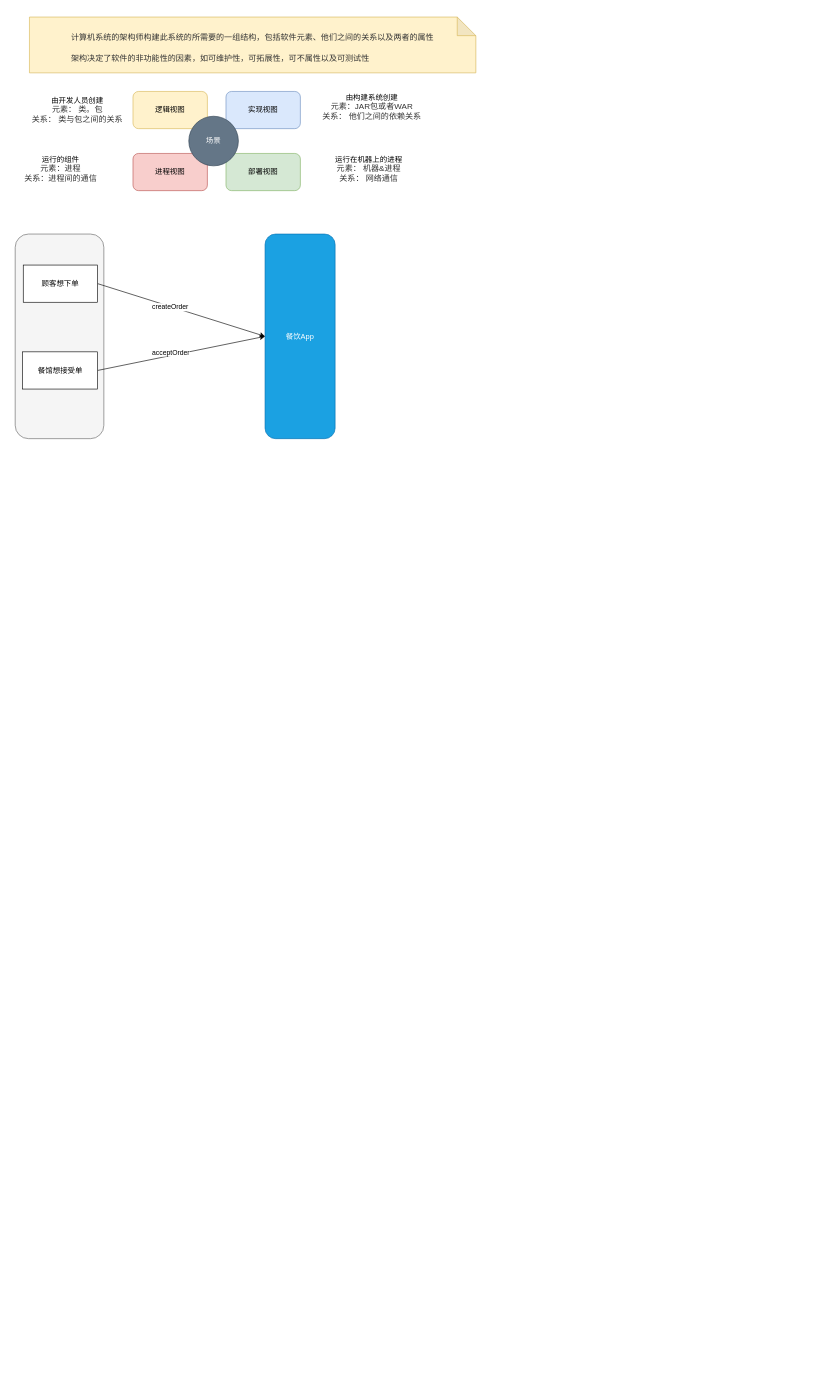
Before: drawio/微服务设计模式-拆分.drawio in taoes/document, a draw.io diagram. Source tidied: cells renumbered, new cells numbered last; positions are measured from the earlier drawing's top-left corner, leaving out a move shared by most shapes. Both pictures are drawn from the tidied source at 62%, with x=0, y=0 at pixel (11, 17).
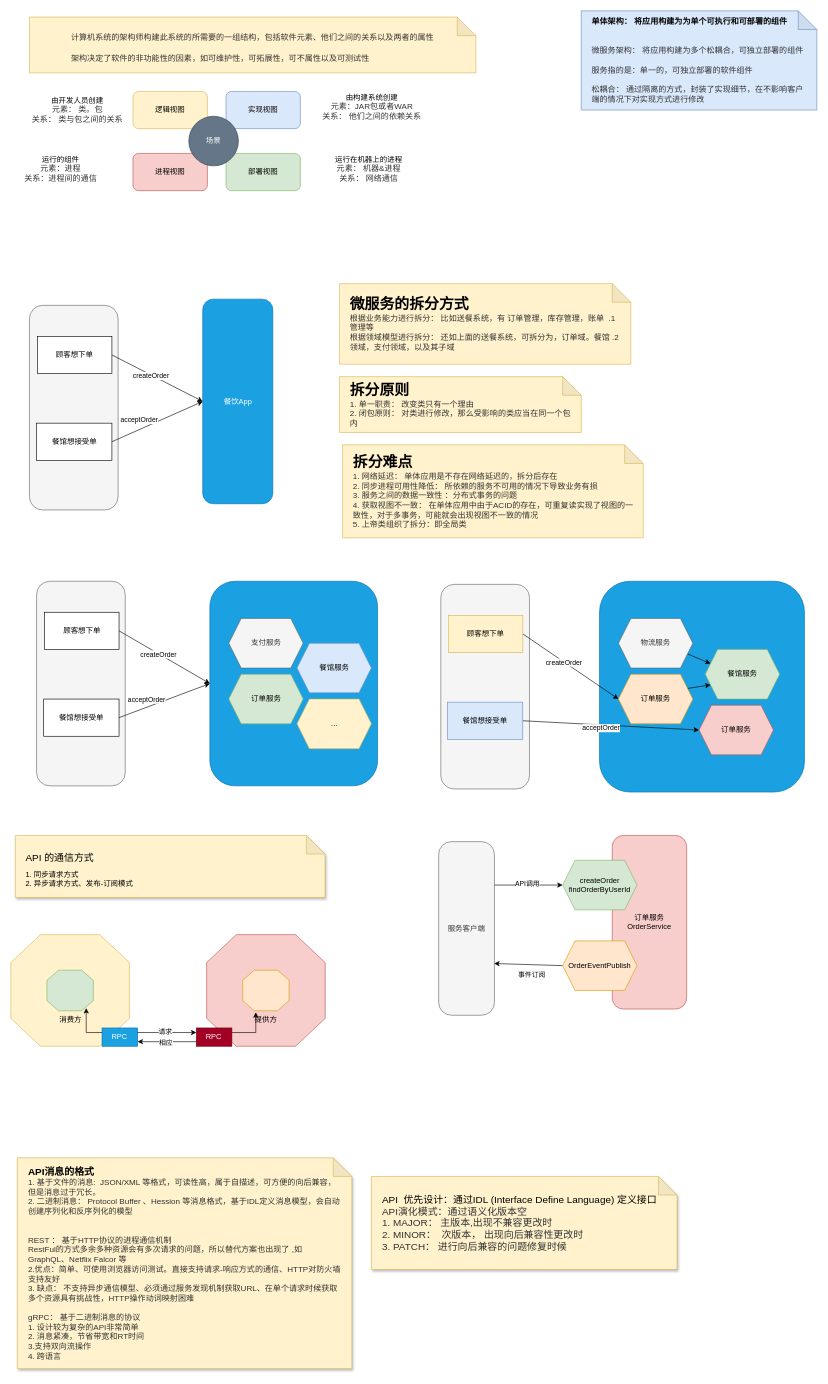
The same diagram, later.

Commit message (it also covers changes not shown here):
更新微服务设计模式-拆分.drawio

The edit, as a diff of the source:
```diff
@@
     <mxCell id="11" style="rounded=1;whiteSpace=wrap;html=1;fillColor=#f5f5f5;fontColor=#333333;strokeColor=#666666;" parent="1" vertex="1">
-      <mxGeometry x="7" y="350" width="143" height="330" as="geometry" />
+      <mxGeometry x="30" y="465" width="143" height="330" as="geometry" />
     </mxCell>
     <mxCell id="12" value="餐饮App" style="rounded=1;whiteSpace=wrap;html=1;fillColor=#1ba1e2;fontColor=#ffffff;strokeColor=#006EAF;" parent="1" vertex="1">
-      <mxGeometry x="410" y="350" width="113" height="330" as="geometry" />
+      <mxGeometry x="309.5" y="455" width="113" height="330" as="geometry" />
     </mxCell>
@@
     <mxCell id="15" value="顾客想下单" style="rounded=0;whiteSpace=wrap;html=1;" parent="1" vertex="1">
-      <mxGeometry x="20" y="400" width="120" height="60" as="geometry" />
+      <mxGeometry x="43" y="515" width="120" height="60" as="geometry" />
     </mxCell>
@@
     <mxCell id="18" value="餐馆想接受单" style="rounded=0;whiteSpace=wrap;html=1;" parent="1" vertex="1">
-      <mxGeometry x="18.5" y="540" width="121.5" height="60" as="geometry" />
+      <mxGeometry x="41.5" y="655" width="121.5" height="60" as="geometry" />
     </mxCell>
@@
+    <mxCell id="20" value="&lt;h1 style=&quot;border-color: var(--border-color);&quot;&gt;微服务的拆分方式&lt;div style=&quot;resize: none; outline: none; font-size: 13px; color: rgb(50, 50, 50); font-family: 微软雅黑; font-weight: 400;&quot;&gt;1.&amp;nbsp; 根据业务能力进行拆分： 比如送餐系统，有 订单管理，库存管理，账单管理等&lt;/div&gt;&lt;div style=&quot;resize: none; outline: none; font-size: 13px; color: rgb(50, 50, 50); font-family: 微软雅黑; font-weight: 400;&quot;&gt;2. 根据领域模型进行拆分： 还如上面的送餐系统，可拆分为，订单域。餐馆领域，支付领域，以及其子域&lt;/div&gt;&lt;/h1&gt;" style="shape=note;whiteSpace=wrap;html=1;backgroundOutline=1;darkOpacity=0.05;fillColor=#fff2cc;strokeColor=#d6b656;align=left;textDirection=rtl;spacing=17;" parent="1" vertex="1">
+      <mxGeometry x="530" y="430" width="470" height="130" as="geometry" />
+    </mxCell>
+    <mxCell id="21" value="&lt;h1 style=&quot;border-color: var(--border-color);&quot;&gt;拆分原则&lt;div style=&quot;resize: none; outline: none; font-size: 13px; color: rgb(50, 50, 50); font-family: 微软雅黑; font-weight: 400;&quot;&gt;1. 单一职责： 改变类只有一个理由&lt;/div&gt;&lt;div style=&quot;resize: none; outline: none; font-size: 13px; color: rgb(50, 50, 50); font-family: 微软雅黑; font-weight: 400;&quot;&gt;2. 闭包原则： 对类进行修改，那么受影响的类应当在同一个包内&lt;/div&gt;&lt;/h1&gt;" style="shape=note;whiteSpace=wrap;html=1;backgroundOutline=1;darkOpacity=0.05;fillColor=#fff2cc;strokeColor=#d6b656;align=left;spacing=17;" parent="1" vertex="1">
+      <mxGeometry x="530" y="580" width="390" height="90" as="geometry" />
+    </mxCell>
+    <mxCell id="22" value="&lt;h1 style=&quot;border-color: var(--border-color);&quot;&gt;拆分难点&lt;div style=&quot;resize: none; outline: none; font-size: 13px; color: rgb(50, 50, 50); font-family: 微软雅黑; font-weight: 400;&quot;&gt;1. 网络延迟： 单体应用是不存在网络延迟的，拆分后存在&lt;/div&gt;&lt;div style=&quot;resize: none; outline: none; font-size: 13px; color: rgb(50, 50, 50); font-family: 微软雅黑; font-weight: 400;&quot;&gt;2. 同步进程可用性降低： 所依赖的服务不可用的情况下导致业务有损&lt;/div&gt;&lt;div style=&quot;resize: none; outline: none; font-size: 13px; color: rgb(50, 50, 50); font-family: 微软雅黑; font-weight: 400;&quot;&gt;3. 服务之间的数据一致性 ：分布式事务的问题&lt;/div&gt;&lt;div style=&quot;resize: none; outline: none; font-size: 13px; color: rgb(50, 50, 50); font-family: 微软雅黑; font-weight: 400;&quot;&gt;4. 获取视图不一致： 在单体应用中由于ACID的存在，可重复读实现了视图的一致性，对于多事务，可能就会出现视图不一致的情况&lt;/div&gt;&lt;div style=&quot;resize: none; outline: none; font-size: 13px; color: rgb(50, 50, 50); font-family: 微软雅黑; font-weight: 400;&quot;&gt;5. 上帝类组织了拆分：即全局类&lt;/div&gt;&lt;/h1&gt;" style="shape=note;whiteSpace=wrap;html=1;backgroundOutline=1;darkOpacity=0.05;fillColor=#fff2cc;strokeColor=#d6b656;align=left;spacing=17;" parent="1" vertex="1">
+      <mxGeometry x="535" y="690" width="485" height="150" as="geometry" />
+    </mxCell>
+    <mxCell id="23" style="rounded=1;whiteSpace=wrap;html=1;fillColor=#f5f5f5;fontColor=#333333;strokeColor=#666666;" parent="1" vertex="1">
+      <mxGeometry x="41.5" y="910" width="143" height="330" as="geometry" />
+    </mxCell>
+    <mxCell id="24" style="rounded=1;whiteSpace=wrap;html=1;fillColor=#1ba1e2;fontColor=#ffffff;strokeColor=#006EAF;" parent="1" vertex="1">
+      <mxGeometry x="321" y="910" width="270.5" height="330" as="geometry" />
+    </mxCell>
+    <mxCell id="25" style="rounded=0;jettySize=auto;html=1;exitX=1;exitY=0.5;exitDx=0;exitDy=0;entryX=0;entryY=0.5;entryDx=0;entryDy=0;" parent="1" edge="1" source="27" target="24">
+      <mxGeometry relative="1" as="geometry" />
+    </mxCell>
+    <mxCell id="26" value="createOrder" style="edgeLabel;html=1;align=center;verticalAlign=middle;" parent="25" vertex="1">
+      <mxGeometry x="-0.14" y="-1" relative="1" as="geometry" />
+    </mxCell>
+    <mxCell id="27" value="顾客想下单" style="rounded=0;whiteSpace=wrap;html=1;" parent="1" vertex="1">
+      <mxGeometry x="54.5" y="960" width="120" height="60" as="geometry" />
+    </mxCell>
+    <mxCell id="28" style="rounded=0;jettySize=auto;html=1;exitX=1;exitY=0.5;exitDx=0;exitDy=0;entryX=0;entryY=0.5;entryDx=0;entryDy=0;" parent="1" edge="1" source="30" target="24">
+      <mxGeometry relative="1" as="geometry" />
+    </mxCell>
+    <mxCell id="29" value="acceptOrder" style="edgeLabel;html=1;align=center;verticalAlign=middle;" parent="28" vertex="1">
+      <mxGeometry x="0.19" y="1" relative="1" as="geometry">
+        <mxPoint x="-43" y="4" as="offset" />
+      </mxGeometry>
+    </mxCell>
+    <mxCell id="30" value="餐馆想接受单" style="rounded=0;whiteSpace=wrap;html=1;" parent="1" vertex="1">
+      <mxGeometry x="53" y="1100" width="121.5" height="60" as="geometry" />
+    </mxCell>
+    <mxCell id="31" value="支付服务" style="shape=hexagon;perimeter=hexagonPerimeter2;whiteSpace=wrap;html=1;fixedSize=1;fillColor=#f5f5f5;fontColor=#333333;strokeColor=#666666;" parent="1" vertex="1">
+      <mxGeometry x="351.5" y="970" width="120" height="80" as="geometry" />
+    </mxCell>
+    <mxCell id="32" value="订单服务" style="shape=hexagon;perimeter=hexagonPerimeter2;whiteSpace=wrap;html=1;fixedSize=1;fillColor=#d5e8d4;strokeColor=#82b366;" parent="1" vertex="1">
+      <mxGeometry x="351.5" y="1060" width="120" height="80" as="geometry" />
+    </mxCell>
+    <mxCell id="33" value="餐馆服务" style="shape=hexagon;perimeter=hexagonPerimeter2;whiteSpace=wrap;html=1;fixedSize=1;fillColor=#dae8fc;strokeColor=#6c8ebf;" parent="1" vertex="1">
+      <mxGeometry x="461.5" y="1010" width="120" height="80" as="geometry" />
+    </mxCell>
+    <mxCell id="34" value="..." style="shape=hexagon;perimeter=hexagonPerimeter2;whiteSpace=wrap;html=1;fixedSize=1;fillColor=#fff2cc;strokeColor=#d6b656;" parent="1" vertex="1">
+      <mxGeometry x="461.5" y="1100" width="120" height="80" as="geometry" />
+    </mxCell>
+    <mxCell id="35" style="rounded=1;whiteSpace=wrap;html=1;fillColor=#f5f5f5;fontColor=#333333;strokeColor=#666666;" parent="1" vertex="1">
+      <mxGeometry x="693.5" y="915" width="143" height="330" as="geometry" />
+    </mxCell>
+    <mxCell id="36" style="rounded=1;whiteSpace=wrap;html=1;fillColor=#1ba1e2;fontColor=#ffffff;strokeColor=#006EAF;" parent="1" vertex="1">
+      <mxGeometry x="949.5" y="910" width="330.5" height="340" as="geometry" />
+    </mxCell>
+    <mxCell id="37" style="rounded=0;jettySize=auto;html=1;exitX=1;exitY=0.5;exitDx=0;exitDy=0;entryX=0;entryY=0.5;entryDx=0;entryDy=0;" parent="1" edge="1" source="39" target="46">
+      <mxGeometry relative="1" as="geometry" />
+    </mxCell>
+    <mxCell id="38" value="createOrder" style="edgeLabel;html=1;align=center;verticalAlign=middle;" parent="37" vertex="1">
+      <mxGeometry x="-0.14" y="-1" relative="1" as="geometry" />
+    </mxCell>
+    <mxCell id="39" value="顾客想下单" style="rounded=0;whiteSpace=wrap;html=1;fillColor=#fff2cc;strokeColor=#d6b656;" parent="1" vertex="1">
+      <mxGeometry x="705.8" y="965" width="120" height="60" as="geometry" />
+    </mxCell>
+    <mxCell id="40" style="rounded=0;jettySize=auto;html=1;exitX=1;exitY=0.5;exitDx=0;exitDy=0;entryX=0;entryY=0.5;entryDx=0;entryDy=0;" parent="1" edge="1" source="42" target="48">
+      <mxGeometry relative="1" as="geometry" />
+    </mxCell>
+    <mxCell id="41" value="acceptOrder" style="edgeLabel;html=1;align=center;verticalAlign=middle;" parent="40" vertex="1">
+      <mxGeometry x="0.19" y="1" relative="1" as="geometry">
+        <mxPoint x="-43" y="4" as="offset" />
+      </mxGeometry>
+    </mxCell>
+    <mxCell id="42" value="餐馆想接受单" style="rounded=0;whiteSpace=wrap;html=1;fillColor=#dae8fc;strokeColor=#6c8ebf;" parent="1" vertex="1">
+      <mxGeometry x="704.2" y="1105" width="121.5" height="60" as="geometry" />
+    </mxCell>
+    <mxCell id="43" style="rounded=0;jettySize=auto;html=1;exitX=1;exitY=0.75;exitDx=0;exitDy=0;entryX=0;entryY=0.25;entryDx=0;entryDy=0;" parent="1" edge="1" source="44" target="47">
+      <mxGeometry relative="1" as="geometry" />
+    </mxCell>
+    <mxCell id="44" value="物流服务" style="shape=hexagon;perimeter=hexagonPerimeter2;whiteSpace=wrap;html=1;fixedSize=1;fillColor=#f5f5f5;fontColor=#333333;strokeColor=#666666;" parent="1" vertex="1">
+      <mxGeometry x="980" y="970" width="120" height="80" as="geometry" />
+    </mxCell>
+    <mxCell id="45" style="rounded=0;jettySize=auto;html=1;exitX=1;exitY=0.25;exitDx=0;exitDy=0;entryX=0;entryY=0.75;entryDx=0;entryDy=0;" parent="1" edge="1" source="46" target="47">
+      <mxGeometry relative="1" as="geometry" />
+    </mxCell>
+    <mxCell id="46" value="订单服务" style="shape=hexagon;perimeter=hexagonPerimeter2;whiteSpace=wrap;html=1;fixedSize=1;fillColor=#ffe6cc;strokeColor=#d79b00;" parent="1" vertex="1">
+      <mxGeometry x="980" y="1060" width="120" height="80" as="geometry" />
+    </mxCell>
+    <mxCell id="47" value="餐馆服务" style="shape=hexagon;perimeter=hexagonPerimeter2;whiteSpace=wrap;html=1;fixedSize=1;fillColor=#d5e8d4;strokeColor=#82b366;" parent="1" vertex="1">
+      <mxGeometry x="1120" y="1020" width="120" height="80" as="geometry" />
+    </mxCell>
+    <mxCell id="48" value="订单服务" style="shape=hexagon;perimeter=hexagonPerimeter2;whiteSpace=wrap;html=1;fixedSize=1;fillColor=#f8cecc;strokeColor=#b85450;" parent="1" vertex="1">
+      <mxGeometry x="1110" y="1110" width="120" height="80" as="geometry" />
+    </mxCell>
+    <mxCell id="49" value="&lt;h1 style=&quot;border-color: var(--border-color); font-size: 13px;&quot;&gt;单体架构： 将应用构建为为单个可执行和可部署的组件&lt;div style=&quot;resize: none; outline: none; color: rgb(50, 50, 50); font-family: 微软雅黑; font-weight: 400;&quot;&gt;&lt;br&gt;&lt;/div&gt;&lt;div style=&quot;resize: none; outline: none; color: rgb(50, 50, 50); font-family: 微软雅黑; font-weight: 400;&quot;&gt;&lt;br&gt;&lt;/div&gt;&lt;div style=&quot;resize: none; outline: none; color: rgb(50, 50, 50); font-family: 微软雅黑; font-weight: 400;&quot;&gt;微服务架构： 将应用构建为多个松耦合，可独立部署的组件&lt;/div&gt;&lt;div style=&quot;resize: none; outline: none; color: rgb(50, 50, 50); font-family: 微软雅黑; font-weight: 400;&quot;&gt;&lt;br&gt;&lt;/div&gt;&lt;div style=&quot;resize: none; outline: none; color: rgb(50, 50, 50); font-family: 微软雅黑; font-weight: 400;&quot;&gt;服务指的是：单一的，可独立部署的软件组件&lt;/div&gt;&lt;div style=&quot;resize: none; outline: none; color: rgb(50, 50, 50); font-family: 微软雅黑; font-weight: 400;&quot;&gt;&lt;br&gt;&lt;/div&gt;&lt;div style=&quot;resize: none; outline: none; color: rgb(50, 50, 50); font-family: 微软雅黑; font-weight: 400;&quot;&gt;松耦合： 通过隔离的方式，封装了实现细节，在不影响客户端的情况下对实现方式进行修改&lt;/div&gt;&lt;/h1&gt;" style="shape=note;whiteSpace=wrap;html=1;backgroundOutline=1;darkOpacity=0.05;fillColor=#dae8fc;strokeColor=#6c8ebf;align=left;textDirection=rtl;spacing=17;" parent="1" vertex="1">
+      <mxGeometry x="920" y="-10" width="380" height="160" as="geometry" />
+    </mxCell>
+    <mxCell id="50" value="&lt;h1 style=&quot;border-color: var(--border-color); font-size: 16px;&quot;&gt;&lt;span style=&quot;font-weight: normal;&quot;&gt;API&amp;nbsp; 优先设计：通过IDL (Interface Define Language) 定义接口&lt;/span&gt;&lt;div style=&quot;resize: none; outline: none; color: rgb(50, 50, 50); font-family: 微软雅黑;&quot;&gt;&lt;span style=&quot;font-weight: normal;&quot;&gt;API演化模式：通过语义化版本空&lt;/span&gt;&lt;/div&gt;&lt;div style=&quot;resize: none; outline: none; color: rgb(50, 50, 50); font-family: 微软雅黑;&quot;&gt;&lt;span style=&quot;font-weight: normal;&quot;&gt;1. MAJOR： 主版本,出现不兼容更改时&lt;/span&gt;&lt;/div&gt;&lt;div style=&quot;resize: none; outline: none; color: rgb(50, 50, 50); font-family: 微软雅黑;&quot;&gt;&lt;span style=&quot;font-weight: normal;&quot;&gt;2. MINOR：&amp;nbsp; 次版本， 出现向后兼容性更改时&lt;/span&gt;&lt;/div&gt;&lt;div style=&quot;resize: none; outline: none; color: rgb(50, 50, 50); font-family: 微软雅黑;&quot;&gt;&lt;span style=&quot;font-weight: normal;&quot;&gt;3. PATCH： 进行向后兼容的问题修复时候&lt;/span&gt;&lt;/div&gt;&lt;/h1&gt;" style="shape=note;whiteSpace=wrap;html=1;backgroundOutline=1;darkOpacity=0.05;fillColor=#fff2cc;strokeColor=#d6b656;align=left;spacing=17;gradientColor=none;shadow=1;" parent="1" vertex="1">
+      <mxGeometry x="581.5" y="1870" width="493" height="150" as="geometry" />
+    </mxCell>
+    <mxCell id="51" value="&lt;h1 style=&quot;border-color: var(--border-color); font-size: 16px;&quot;&gt;API消息的格式&lt;div style=&quot;resize: none; outline: none; font-size: 13px; color: rgb(50, 50, 50); font-family: 微软雅黑; font-weight: 400;&quot;&gt;1. 基于文件的消息:&amp;nbsp; JSON/XML 等格式，可读性高，属于自描述，可方便的向后兼容，但是消息过于冗长。&lt;/div&gt;&lt;div style=&quot;resize: none; outline: none; font-size: 13px; color: rgb(50, 50, 50); font-family: 微软雅黑; font-weight: 400;&quot;&gt;2. 二进制消息： Protocol Buffer 、Hession 等消息格式，基于IDL定义消息模型，会自动创建序列化和反序列化的模型&lt;/div&gt;&lt;div style=&quot;resize: none; outline: none; font-size: 13px; color: rgb(50, 50, 50); font-family: 微软雅黑; font-weight: 400;&quot;&gt;&lt;br&gt;&lt;/div&gt;&lt;div style=&quot;resize: none; outline: none; font-size: 13px; color: rgb(50, 50, 50); font-family: 微软雅黑; font-weight: 400;&quot;&gt;&lt;br&gt;&lt;/div&gt;&lt;div style=&quot;resize: none; outline: none; font-size: 13px; color: rgb(50, 50, 50); font-family: 微软雅黑; font-weight: 400;&quot;&gt;&lt;div style=&quot;resize: none; outline: none;&quot;&gt;REST ： 基于HTTP协议的进程通信机制&lt;/div&gt;&lt;div style=&quot;resize: none; outline: none;&quot;&gt;RestFul的方式多余多种资源会有多次请求的问题，所以替代方案也出现了 ,如 GraphQL、Netflix Falcor 等&lt;/div&gt;&lt;div style=&quot;resize: none; outline: none;&quot;&gt;2.优点：简单、可使用浏览器访问测试。直接支持请求-响应方式的通信、HTTP对防火墙支持友好&lt;/div&gt;&lt;div style=&quot;resize: none; outline: none;&quot;&gt;3. 缺点： 不支持异步通信模型、必须通过服务发现机制获取URL、在单个请求时候获取多个资源具有挑战性，HTTP操作动词映射困难&lt;/div&gt;&lt;div style=&quot;resize: none; outline: none;&quot;&gt;&lt;br&gt;&lt;/div&gt;&lt;div style=&quot;resize: none; outline: none;&quot;&gt;gRPC： 基于二进制消息的协议&lt;/div&gt;&lt;div style=&quot;resize: none; outline: none;&quot;&gt;1. 设计较为复杂的API非常简单&lt;/div&gt;&lt;div style=&quot;resize: none; outline: none;&quot;&gt;2. 消息紧凑，节省带宽和RT时间&lt;/div&gt;&lt;div style=&quot;resize: none; outline: none;&quot;&gt;3.支持双向流操作&lt;/div&gt;&lt;div style=&quot;resize: none; outline: none;&quot;&gt;4. 跨语言&lt;/div&gt;&lt;/div&gt;&lt;/h1&gt;" style="shape=note;whiteSpace=wrap;html=1;backgroundOutline=1;darkOpacity=0.05;fillColor=#fff2cc;strokeColor=#d6b656;align=left;spacing=17;shadow=1;" parent="1" vertex="1">
+      <mxGeometry x="10.5" y="1840" width="539.5" height="340" as="geometry" />
+    </mxCell>
+    <mxCell id="52" style="group;" parent="1" vertex="1">
+      <mxGeometry y="1480" width="507" height="180" as="geometry" />
+    </mxCell>
+    <mxCell id="53" style="verticalLabelPosition=bottom;verticalAlign=top;html=1;shape=mxgraph.basic.polygon;polyCoords=[[0.25,0],[0.75,0],[1,0.25],[1,0.75],[0.75,1],[0.25,1],[0,0.75],[0,0.25]];polyline=0;fillColor=#fff2cc;strokeColor=#d6b656;" parent="52" vertex="1">
+      <mxGeometry width="191.2" height="180" as="geometry" />
+    </mxCell>
+    <mxCell id="54" style="verticalLabelPosition=bottom;verticalAlign=top;html=1;shape=mxgraph.basic.polygon;polyCoords=[[0.25,0],[0.75,0],[1,0.25],[1,0.75],[0.75,1],[0.25,1],[0,0.75],[0,0.25]];polyline=0;fillColor=#f8cecc;strokeColor=#b85450;" parent="52" vertex="1">
+      <mxGeometry x="315.8" width="191.2" height="180" as="geometry" />
+    </mxCell>
+    <mxCell id="55" value="消费方" style="verticalLabelPosition=bottom;verticalAlign=top;html=1;shape=mxgraph.basic.polygon;polyCoords=[[0.25,0],[0.75,0],[1,0.25],[1,0.75],[0.75,1],[0.25,1],[0,0.75],[0,0.25]];polyline=0;fillColor=#d5e8d4;strokeColor=#82b366;" parent="52" vertex="1">
+      <mxGeometry x="58.2" y="57.3" width="74.8" height="65.5" as="geometry" />
+    </mxCell>
+    <mxCell id="56" value="提供方" style="verticalLabelPosition=bottom;verticalAlign=top;html=1;shape=mxgraph.basic.polygon;polyCoords=[[0.25,0],[0.75,0],[1,0.25],[1,0.75],[0.75,1],[0.25,1],[0,0.75],[0,0.25]];polyline=0;fillColor=#ffe6cc;strokeColor=#d79b00;" parent="52" vertex="1">
+      <mxGeometry x="374" y="57.3" width="74.8" height="65.5" as="geometry" />
+    </mxCell>
+    <mxCell id="57" value="RPC" style="rounded=0;whiteSpace=wrap;html=1;fillColor=#1ba1e2;fontColor=#ffffff;strokeColor=#006EAF;" parent="52" vertex="1">
+      <mxGeometry x="147.1" y="150.5" width="57.3" height="29.5" as="geometry" />
+    </mxCell>
+    <mxCell id="58" style="edgeStyle=orthogonalEdgeStyle;rounded=0;jettySize=auto;html=1;exitX=0;exitY=0.75;exitDx=0;exitDy=0;entryX=1;entryY=0.75;entryDx=0;entryDy=0;" parent="52" edge="1" source="60" target="57">
+      <mxGeometry relative="1" as="geometry" />
+    </mxCell>
+    <mxCell id="59" value="相应" style="edgeLabel;html=1;align=center;verticalAlign=middle;" parent="58" vertex="1">
+      <mxGeometry x="0.05" y="2" relative="1" as="geometry" />
+    </mxCell>
+    <mxCell id="60" value="RPC" style="rounded=0;whiteSpace=wrap;html=1;fillColor=#a20025;fontColor=#ffffff;strokeColor=#6F0000;" parent="52" vertex="1">
+      <mxGeometry x="299.2" y="150.5" width="57.3" height="29.5" as="geometry" />
+    </mxCell>
+    <mxCell id="61" style="edgeStyle=orthogonalEdgeStyle;rounded=0;jettySize=auto;html=1;exitX=0;exitY=0.25;exitDx=0;exitDy=0;entryX=0.847;entryY=0.934;entryDx=0;entryDy=0;entryPerimeter=0;" parent="52" edge="1" source="57" target="55">
+      <mxGeometry relative="1" as="geometry" />
+    </mxCell>
+    <mxCell id="62" style="edgeStyle=orthogonalEdgeStyle;rounded=0;jettySize=auto;html=1;exitX=1;exitY=0.25;exitDx=0;exitDy=0;entryX=0;entryY=0.25;entryDx=0;entryDy=0;" parent="52" edge="1" source="57" target="60">
+      <mxGeometry relative="1" as="geometry" />
+    </mxCell>
+    <mxCell id="63" value="请求" style="edgeLabel;html=1;align=center;verticalAlign=middle;" parent="62" vertex="1">
+      <mxGeometry x="-0.08" y="2" relative="1" as="geometry" />
+    </mxCell>
+    <mxCell id="64" style="edgeStyle=orthogonalEdgeStyle;rounded=0;jettySize=auto;html=1;exitX=1;exitY=0.25;exitDx=0;exitDy=0;entryX=0.282;entryY=1.036;entryDx=0;entryDy=0;entryPerimeter=0;" parent="52" edge="1" source="60" target="56">
+      <mxGeometry relative="1" as="geometry" />
+    </mxCell>
+    <mxCell id="65" value="&lt;h1 style=&quot;border-color: var(--border-color); font-size: 16px;&quot;&gt;&lt;span style=&quot;font-weight: 400;&quot;&gt;API 的通信方式&lt;/span&gt;&lt;/h1&gt;&lt;div&gt;&lt;span style=&quot;font-weight: 400;&quot;&gt;1. 同步请求方式&lt;/span&gt;&lt;/div&gt;&lt;div&gt;&lt;span style=&quot;font-weight: 400;&quot;&gt;2. 异步请求方式、发布-订阅模式&lt;/span&gt;&lt;/div&gt;" style="shape=note;whiteSpace=wrap;html=1;backgroundOutline=1;darkOpacity=0.05;fillColor=#fff2cc;strokeColor=#d6b656;align=left;spacing=17;shadow=1;" parent="1" vertex="1">
+      <mxGeometry x="7.2" y="1320" width="499.5" height="100" as="geometry" />
+    </mxCell>
+    <mxCell id="66" style="group;" parent="1" vertex="1">
+      <mxGeometry x="690" y="1320" width="400" height="290" as="geometry" />
+    </mxCell>
+    <mxCell id="67" value="订单服务&lt;br&gt;OrderService" style="rounded=1;whiteSpace=wrap;html=1;fillColor=#f8cecc;strokeColor=#b85450;" parent="66" vertex="1">
+      <mxGeometry x="280" width="120" height="280" as="geometry" />
+    </mxCell>
+    <mxCell id="68" value="服务客户端" style="rounded=1;whiteSpace=wrap;html=1;arcSize=23;fillColor=#f5f5f5;fontColor=#333333;strokeColor=#666666;" parent="66" vertex="1">
+      <mxGeometry y="10" width="90" height="280" as="geometry" />
+    </mxCell>
+    <mxCell id="69" value="createOrder&lt;br&gt;findOrderByUserId" style="shape=hexagon;perimeter=hexagonPerimeter2;whiteSpace=wrap;html=1;fixedSize=1;fillColor=#d5e8d4;strokeColor=#82b366;" parent="66" vertex="1">
+      <mxGeometry x="200" y="40" width="120" height="80" as="geometry" />
+    </mxCell>
+    <mxCell id="70" style="rounded=0;jettySize=auto;html=1;exitX=1;exitY=0.25;exitDx=0;exitDy=0;entryX=0;entryY=0.5;entryDx=0;entryDy=0;elbow=vertical;" parent="66" edge="1" source="68" target="69">
+      <mxGeometry relative="1" as="geometry" />
+    </mxCell>
+    <mxCell id="71" value="API调用" style="edgeLabel;html=1;align=center;verticalAlign=middle;" parent="70" vertex="1">
+      <mxGeometry x="-0.05" y="3" relative="1" as="geometry" />
+    </mxCell>
+    <mxCell id="72" style="rounded=0;jettySize=auto;html=1;exitX=0;exitY=0.5;exitDx=0;exitDy=0;entryX=0.995;entryY=0.702;entryDx=0;entryDy=0;entryPerimeter=0;" parent="66" edge="1" source="74" target="68">
+      <mxGeometry relative="1" as="geometry" />
+    </mxCell>
+    <mxCell id="73" value="事件订阅" style="edgeLabel;html=1;align=center;verticalAlign=middle;" parent="72" vertex="1">
+      <mxGeometry x="0.43" y="2" relative="1" as="geometry">
+        <mxPoint x="29" y="14" as="offset" />
+      </mxGeometry>
+    </mxCell>
+    <mxCell id="74" value="OrderEventPublish" style="shape=hexagon;perimeter=hexagonPerimeter2;whiteSpace=wrap;html=1;fixedSize=1;fillColor=#ffe6cc;strokeColor=#d79b00;" parent="66" vertex="1">
+      <mxGeometry x="200" y="170" width="120" height="80" as="geometry" />
+    </mxCell>
```
